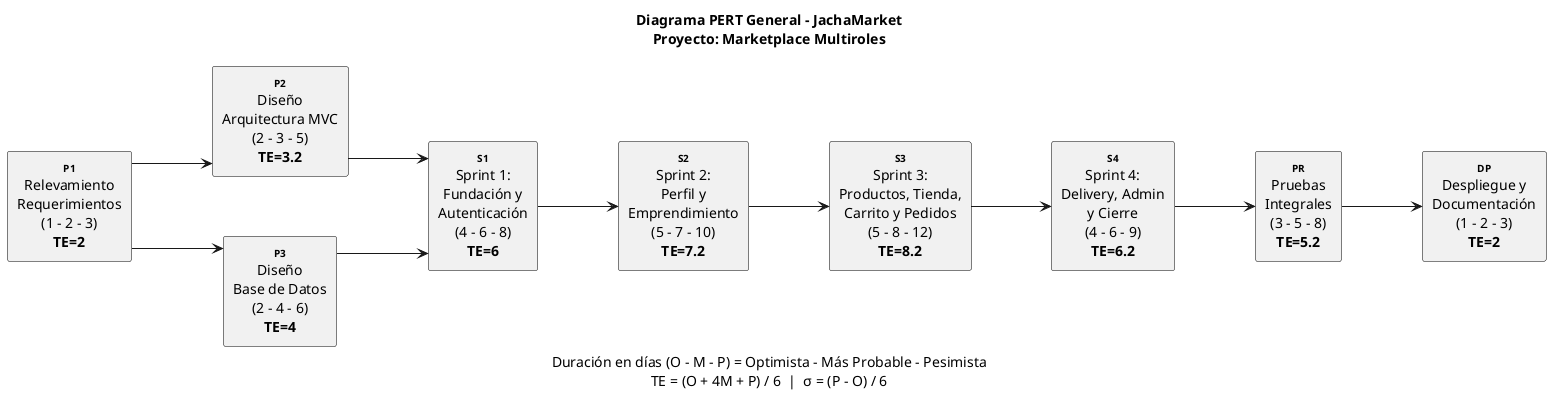
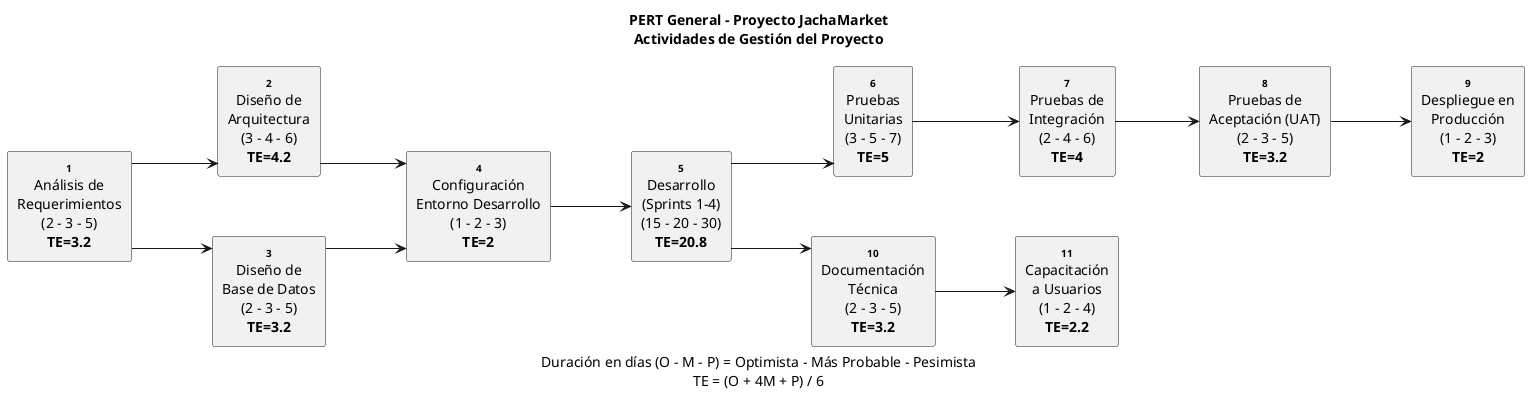
@startuml
- title Diagrama PERT General - JachaMarket\nProyecto: Marketplace Multiroles
- caption Duración en días (O - M - P) = Optimista - Más Probable - Pesimista\nTE = (O + 4M + P) / 6  |  σ = (P - O) / 6
+ title PERT General - Proyecto JachaMarket\nActividades de Gestión del Proyecto
+ caption Duración en días (O - M - P) = Optimista - Más Probable - Pesimista\nTE = (O + 4M + P) / 6

skinparam linetype ortho
skinparam defaultTextAlignment center
skinparam nodeSep 60
skinparam rankSep 80

left to right direction

- rectangle "<size:10><b>P1</b></size>\nRelevamiento\nRequerimientos\n(1 - 2 - 3)\n<b>TE=2</b>" as P1
- rectangle "<size:10><b>P2</b></size>\nDiseño\nArquitectura MVC\n(2 - 3 - 5)\n<b>TE=3.2</b>" as P2
- rectangle "<size:10><b>P3</b></size>\nDiseño\nBase de Datos\n(2 - 4 - 6)\n<b>TE=4</b>" as P3
+ rectangle "<size:10><b>1</b></size>\nAnálisis de\nRequerimientos\n(2 - 3 - 5)\n<b>TE=3.2</b>" as A1
+ rectangle "<size:10><b>2</b></size>\nDiseño de\nArquitectura\n(3 - 4 - 6)\n<b>TE=4.2</b>" as A2
+ rectangle "<size:10><b>3</b></size>\nDiseño de\nBase de Datos\n(2 - 3 - 5)\n<b>TE=3.2</b>" as A3
+ rectangle "<size:10><b>4</b></size>\nConfiguración\nEntorno Desarrollo\n(1 - 2 - 3)\n<b>TE=2</b>" as A4
+ rectangle "<size:10><b>5</b></size>\nDesarrollo\n(Sprints 1-4)\n(15 - 20 - 30)\n<b>TE=20.8</b>" as A5
+ rectangle "<size:10><b>6</b></size>\nPruebas\nUnitarias\n(3 - 5 - 7)\n<b>TE=5</b>" as A6
+ rectangle "<size:10><b>7</b></size>\nPruebas de\nIntegración\n(2 - 4 - 6)\n<b>TE=4</b>" as A7
+ rectangle "<size:10><b>8</b></size>\nPruebas de\nAceptación (UAT)\n(2 - 3 - 5)\n<b>TE=3.2</b>" as A8
+ rectangle "<size:10><b>9</b></size>\nDespliegue en\nProducción\n(1 - 2 - 3)\n<b>TE=2</b>" as A9
+ rectangle "<size:10><b>10</b></size>\nDocumentación\nTécnica\n(2 - 3 - 5)\n<b>TE=3.2</b>" as A10
+ rectangle "<size:10><b>11</b></size>\nCapacitación\na Usuarios\n(1 - 2 - 4)\n<b>TE=2.2</b>" as A11

- rectangle "<size:10><b>S1</b></size>\nSprint 1:\nFundación y\nAutenticación\n(4 - 6 - 8)\n<b>TE=6</b>" as S1
- rectangle "<size:10><b>S2</b></size>\nSprint 2:\nPerfil y\nEmprendimiento\n(5 - 7 - 10)\n<b>TE=7.2</b>" as S2
- rectangle "<size:10><b>S3</b></size>\nSprint 3:\nProductos, Tienda,\nCarrito y Pedidos\n(5 - 8 - 12)\n<b>TE=8.2</b>" as S3
- rectangle "<size:10><b>S4</b></size>\nSprint 4:\nDelivery, Admin\ny Cierre\n(4 - 6 - 9)\n<b>TE=6.2</b>" as S4
+ A1 --> A2
+ A1 --> A3
+ A2 --> A4
+ A3 --> A4
+ A4 --> A5
+ A5 --> A6
+ A6 --> A7
+ A7 --> A8
+ A8 --> A9
+ A5 --> A10
+ A10 --> A11

- rectangle "<size:10><b>PR</b></size>\nPruebas\nIntegrales\n(3 - 5 - 8)\n<b>TE=5.2</b>" as PR
- rectangle "<size:10><b>DP</b></size>\nDespliegue y\nDocumentación\n(1 - 2 - 3)\n<b>TE=2</b>" as DP
- 
- P1 --> P2
- P1 --> P3
- 
- P2 --> S1
- P3 --> S1
- 
- S1 --> S2
- S2 --> S3
- S3 --> S4
- 
- S4 --> PR
- PR --> DP
- 
- ' Critical Path (en rojo)
- skinparam backgroundColor #transparent
- skinparam rectangle {
-   BorderColor #000000
-   FontColor #000000
- }
@enduml
